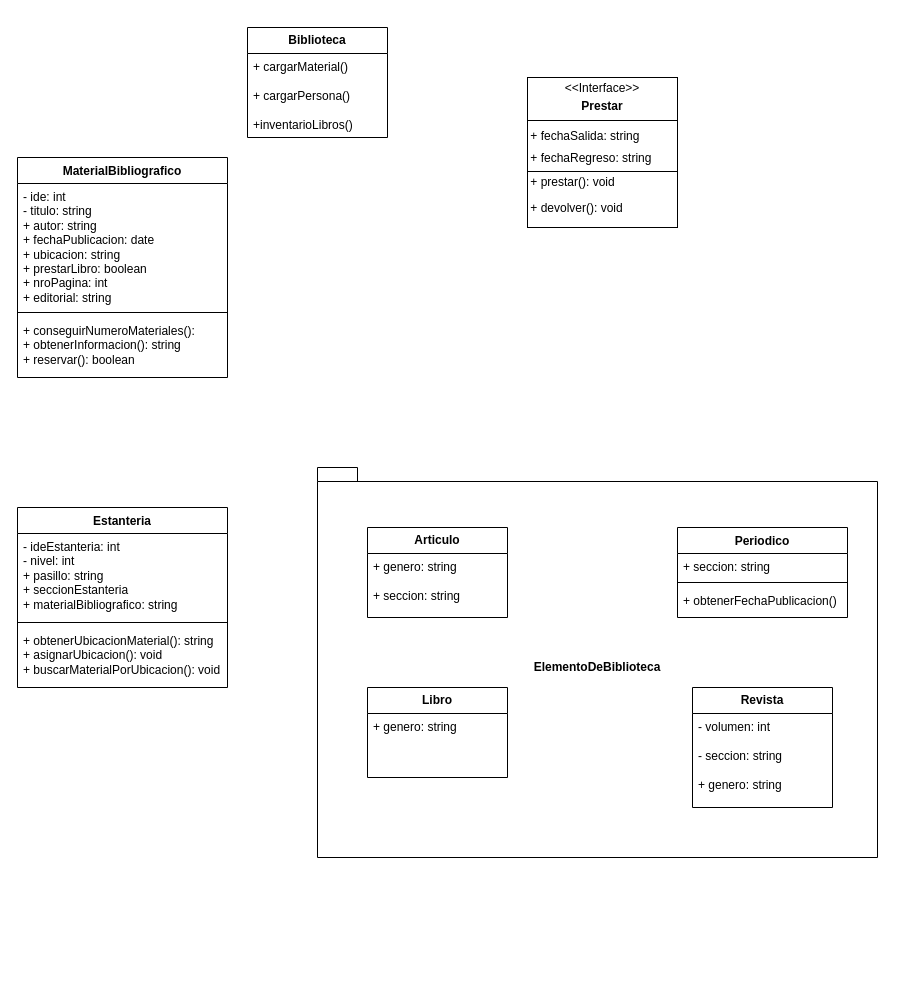
The draw.io diagram Biblioteca.drawio in ArianaSarango/Biblioteca, before the edit. Source tidied: cells renumbered, new cells numbered last; positions are measured from the earlier drawing's top-left corner, leaving out a move shared by most shapes. Both pictures are drawn from the tidied source at 100%, with x=0, y=0 at pixel (17, 27).
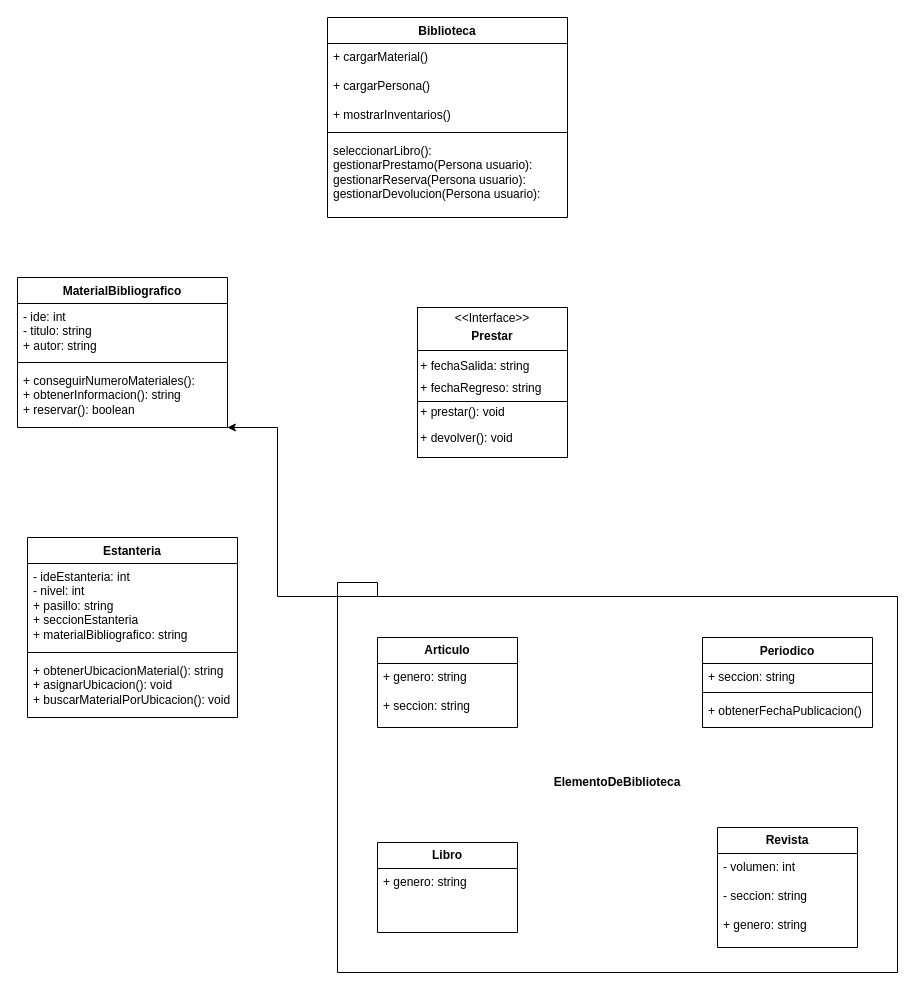
The same page after the edit.

Change to the diagram source:
```diff
@@
-    <mxCell id="2" value="&lt;b&gt;Biblioteca&lt;/b&gt;" style="swimlane;fontStyle=0;horizontal=1;startSize=26;fillColor=none;whiteSpace=wrap;html=1;" parent="1" vertex="1">
-      <mxGeometry x="230" width="140" height="110" as="geometry" />
-    </mxCell>
-    <mxCell id="3" value="+ cargarMaterial()&lt;div&gt;&lt;br&gt;&lt;div&gt;+ cargarPersona()&lt;/div&gt;&lt;div&gt;&lt;br&gt;&lt;div&gt;+inventarioLibros()&lt;/div&gt;&lt;/div&gt;&lt;/div&gt;" style="text;strokeColor=none;fillColor=none;align=left;verticalAlign=top;spacingLeft=4;spacingRight=4;overflow=hidden;whiteSpace=wrap;html=1;" parent="2" vertex="1">
-      <mxGeometry y="26" width="140" height="84" as="geometry" />
-    </mxCell>
     <mxCell id="4" value="MaterialBibliografico" style="swimlane;fontStyle=1;align=center;verticalAlign=top;horizontal=1;startSize=26;whiteSpace=wrap;html=1;" parent="1" vertex="1">
-      <mxGeometry y="130" width="210" height="220" as="geometry" />
+      <mxGeometry y="250" width="210" height="150" as="geometry" />
     </mxCell>
-    <mxCell id="5" value="- ide: int&lt;div&gt;- titulo: string&lt;/div&gt;&lt;div&gt;+ autor: string&lt;/div&gt;&lt;div&gt;+ fechaPublicacion: date&lt;/div&gt;&lt;div&gt;+ ubicacion: string&lt;/div&gt;&lt;div&gt;+ prestarLibro: boolean&lt;/div&gt;&lt;div&gt;+ nroPagina: int&lt;/div&gt;&lt;div&gt;+ editorial: string&lt;/div&gt;" style="text;strokeColor=none;fillColor=none;align=left;verticalAlign=top;spacingLeft=4;spacingRight=4;overflow=hidden;whiteSpace=wrap;html=1;" parent="4" vertex="1">
-      <mxGeometry y="26" width="210" height="124" as="geometry" />
+    <mxCell id="5" value="- ide: int&lt;div&gt;- titulo: string&lt;/div&gt;&lt;div&gt;+ autor: string&lt;/div&gt;" style="text;strokeColor=none;fillColor=none;align=left;verticalAlign=top;spacingLeft=4;spacingRight=4;overflow=hidden;whiteSpace=wrap;html=1;" parent="4" vertex="1">
+      <mxGeometry y="26" width="210" height="54" as="geometry" />
     </mxCell>
     <mxCell id="6" style="line;strokeWidth=1;fillColor=none;align=left;verticalAlign=middle;spacingTop=-1;spacingLeft=3;spacingRight=3;labelPosition=right;strokeColor=inherit;" parent="4" vertex="1">
-      <mxGeometry y="150" width="210" height="10" as="geometry" />
+      <mxGeometry y="80" width="210" height="10" as="geometry" />
     </mxCell>
     <mxCell id="7" value="+ conseguirNumeroMateriales():&lt;div&gt;+ obtenerInformacion(): string&lt;/div&gt;&lt;div&gt;+ reservar(): boolean&lt;/div&gt;" style="text;strokeColor=none;fillColor=none;align=left;verticalAlign=top;spacingLeft=4;spacingRight=4;overflow=hidden;points=[[0,0.5],[1,0.5]];portConstraint=eastwest;whiteSpace=wrap;html=1;" parent="4" vertex="1">
-      <mxGeometry y="160" width="210" height="60" as="geometry" />
+      <mxGeometry y="90" width="210" height="60" as="geometry" />
     </mxCell>
     <mxCell id="8" value="Estanteria" style="swimlane;fontStyle=1;align=center;verticalAlign=top;horizontal=1;startSize=26;whiteSpace=wrap;html=1;" parent="1" vertex="1">
-      <mxGeometry y="480" width="210" height="180" as="geometry" />
+      <mxGeometry x="10" y="510" width="210" height="180" as="geometry" />
     </mxCell>
@@
     <mxCell id="12" value="&lt;div style=&quot;text-align: left;&quot;&gt;&lt;span style=&quot;background-color: initial;&quot;&gt;ElementoDeBiblioteca&lt;/span&gt;&lt;br&gt;&lt;/div&gt;" style="shape=folder;fontStyle=1;spacingTop=10;tabWidth=40;tabHeight=14;tabPosition=left;html=1;whiteSpace=wrap;" parent="1" vertex="1">
-      <mxGeometry x="300" y="440" width="560" height="390" as="geometry" />
+      <mxGeometry x="320" y="555" width="560" height="390" as="geometry" />
     </mxCell>
     <mxCell id="13" value="Periodico" style="swimlane;fontStyle=1;align=center;verticalAlign=top;horizontal=1;startSize=26;whiteSpace=wrap;html=1;" parent="1" vertex="1">
-      <mxGeometry x="660" y="500" width="170" height="90" as="geometry" />
+      <mxGeometry x="685" y="610" width="170" height="90" as="geometry" />
     </mxCell>
@@
     <mxCell id="17" value="&lt;b&gt;Articulo&lt;/b&gt;" style="swimlane;fontStyle=0;horizontal=1;startSize=26;fillColor=none;whiteSpace=wrap;html=1;" parent="1" vertex="1">
-      <mxGeometry x="350" y="500" width="140" height="90" as="geometry" />
+      <mxGeometry x="360" y="610" width="140" height="90" as="geometry" />
     </mxCell>
@@
     <mxCell id="19" value="&lt;b&gt;Libro&lt;/b&gt;" style="swimlane;fontStyle=0;horizontal=1;startSize=26;fillColor=none;whiteSpace=wrap;html=1;" parent="1" vertex="1">
-      <mxGeometry x="350" y="660" width="140" height="90" as="geometry" />
+      <mxGeometry x="360" y="815" width="140" height="90" as="geometry" />
     </mxCell>
@@
     <mxCell id="21" value="&lt;b&gt;Revista&lt;/b&gt;" style="swimlane;fontStyle=0;horizontal=1;startSize=26;fillColor=none;whiteSpace=wrap;html=1;" parent="1" vertex="1">
-      <mxGeometry x="675" y="660" width="140" height="120" as="geometry" />
+      <mxGeometry x="700" y="800" width="140" height="120" as="geometry" />
     </mxCell>
@@
     <mxCell id="23" value="&lt;p style=&quot;margin:0px;margin-top:4px;text-align:center;&quot;&gt;&amp;lt;&amp;lt;Interface&amp;gt;&amp;gt;&lt;/p&gt;&lt;p style=&quot;margin:0px;margin-top:4px;text-align:center;&quot;&gt;&lt;b&gt;Prestar&lt;/b&gt;&lt;/p&gt;&lt;hr size=&quot;1&quot; style=&quot;border-style:solid;&quot;&gt;&lt;div style=&quot;height:2px;&quot;&gt;&lt;br&gt;&lt;/div&gt;&lt;div style=&quot;height:2px;&quot;&gt;&amp;nbsp;+ fechaSalida: string&lt;/div&gt;&lt;div style=&quot;height:2px;&quot;&gt;&lt;br&gt;&lt;/div&gt;&lt;div style=&quot;height:2px;&quot;&gt;&lt;br&gt;&lt;/div&gt;&lt;div style=&quot;height:2px;&quot;&gt;&lt;br&gt;&lt;/div&gt;&lt;div style=&quot;height:2px;&quot;&gt;&lt;br&gt;&lt;/div&gt;&lt;div style=&quot;height:2px;&quot;&gt;&lt;br&gt;&lt;/div&gt;&lt;div style=&quot;height:2px;&quot;&gt;&lt;br&gt;&lt;/div&gt;&lt;div style=&quot;height:2px;&quot;&gt;&lt;br&gt;&lt;/div&gt;&lt;div style=&quot;height:2px;&quot;&gt;&lt;br&gt;&lt;/div&gt;&lt;div style=&quot;height:2px;&quot;&gt;&lt;br&gt;&lt;/div&gt;&lt;div style=&quot;height:2px;&quot;&gt;&lt;br&gt;&lt;/div&gt;&lt;div style=&quot;height:2px;&quot;&gt;&amp;nbsp;+ fechaRegreso: string&lt;/div&gt;&lt;div style=&quot;height:2px;&quot;&gt;&lt;br&gt;&lt;/div&gt;&lt;div style=&quot;height:2px;&quot;&gt;&lt;br&gt;&lt;/div&gt;&lt;div style=&quot;height:2px;&quot;&gt;&lt;br&gt;&lt;/div&gt;&lt;div style=&quot;height:2px;&quot;&gt;&lt;br&gt;&lt;/div&gt;&lt;div style=&quot;height:2px;&quot;&gt;&lt;br&gt;&lt;/div&gt;&lt;div style=&quot;height:2px;&quot;&gt;&lt;br&gt;&lt;/div&gt;&lt;div style=&quot;height:2px;&quot;&gt;&lt;br&gt;&lt;/div&gt;&lt;div style=&quot;height:2px;&quot;&gt;&lt;br&gt;&lt;/div&gt;&lt;div style=&quot;height:2px;&quot;&gt;&lt;br&gt;&lt;/div&gt;&lt;div style=&quot;height:2px;&quot;&gt;&lt;br&gt;&lt;/div&gt;&lt;div style=&quot;height:2px;&quot;&gt;&amp;nbsp;&lt;/div&gt;&lt;div style=&quot;height:2px;&quot;&gt;&amp;nbsp;+ prestar(): void&lt;/div&gt;&lt;div style=&quot;height:2px;&quot;&gt;&lt;br&gt;&lt;/div&gt;&lt;div style=&quot;height:2px;&quot;&gt;&lt;br&gt;&lt;/div&gt;&lt;div style=&quot;height:2px;&quot;&gt;&lt;br&gt;&lt;/div&gt;&lt;div style=&quot;height:2px;&quot;&gt;&lt;br&gt;&lt;/div&gt;&lt;div style=&quot;height:2px;&quot;&gt;&lt;br&gt;&lt;/div&gt;&lt;div style=&quot;height:2px;&quot;&gt;&lt;br&gt;&amp;nbsp;+ devolver(): void&lt;/div&gt;" style="verticalAlign=top;align=left;overflow=fill;html=1;whiteSpace=wrap;" parent="1" vertex="1">
-      <mxGeometry x="510" y="50" width="150" height="150" as="geometry" />
+      <mxGeometry x="400" y="280" width="150" height="150" as="geometry" />
     </mxCell>
     <mxCell id="24" style="line;strokeWidth=1;fillColor=none;align=left;verticalAlign=middle;spacingTop=-1;spacingLeft=3;spacingRight=3;labelPosition=right;strokeColor=inherit;" parent="1" vertex="1">
-      <mxGeometry x="510" y="140" width="150" height="8" as="geometry" />
+      <mxGeometry x="400" y="370" width="150" height="8" as="geometry" />
     </mxCell>
+    <mxCell id="25" style="edgeStyle=orthogonalEdgeStyle;rounded=0;jettySize=auto;html=1;exitX=0;exitY=0;exitDx=0;exitDy=14;exitPerimeter=0;entryX=0.999;entryY=1;entryDx=0;entryDy=0;entryPerimeter=0;" parent="1" edge="1" source="12" target="7">
+      <mxGeometry relative="1" as="geometry">
+        <Array as="points">
+          <mxPoint x="260" y="400" />
+        </Array>
+      </mxGeometry>
+    </mxCell>
+    <mxCell id="2" value="Biblioteca" style="swimlane;fontStyle=1;align=center;verticalAlign=top;horizontal=1;startSize=26;whiteSpace=wrap;html=1;" parent="1" vertex="1">
+      <mxGeometry x="310" y="-10" width="240" height="200" as="geometry" />
+    </mxCell>
+    <mxCell id="26" value="+ cargarMaterial()&lt;div&gt;&lt;br&gt;&lt;div&gt;+ cargarPersona()&lt;/div&gt;&lt;div&gt;&lt;br&gt;&lt;div&gt;+ mostrarInventarios()&lt;/div&gt;&lt;/div&gt;&lt;/div&gt;" style="text;strokeColor=none;fillColor=none;align=left;verticalAlign=top;spacingLeft=4;spacingRight=4;overflow=hidden;whiteSpace=wrap;html=1;" parent="2" vertex="1">
+      <mxGeometry y="26" width="240" height="84" as="geometry" />
+    </mxCell>
+    <mxCell id="27" style="line;strokeWidth=1;fillColor=none;align=left;verticalAlign=middle;spacingTop=-1;spacingLeft=3;spacingRight=3;labelPosition=right;strokeColor=inherit;" parent="2" vertex="1">
+      <mxGeometry y="110" width="240" height="10" as="geometry" />
+    </mxCell>
+    <mxCell id="28" value="&lt;div&gt;seleccionarLibro():&amp;nbsp;&lt;/div&gt;&lt;div&gt;gestionarPrestamo(Persona usuario):&amp;nbsp;&lt;/div&gt;&lt;div&gt;gestionarReserva(Persona usuario):&amp;nbsp;&lt;/div&gt;&lt;div&gt;gestionarDevolucion(Persona usuario):&lt;/div&gt;" style="text;strokeColor=none;fillColor=none;align=left;verticalAlign=top;spacingLeft=4;spacingRight=4;overflow=hidden;whiteSpace=wrap;html=1;" parent="2" vertex="1">
+      <mxGeometry y="120" width="240" height="80" as="geometry" />
+    </mxCell>
```
